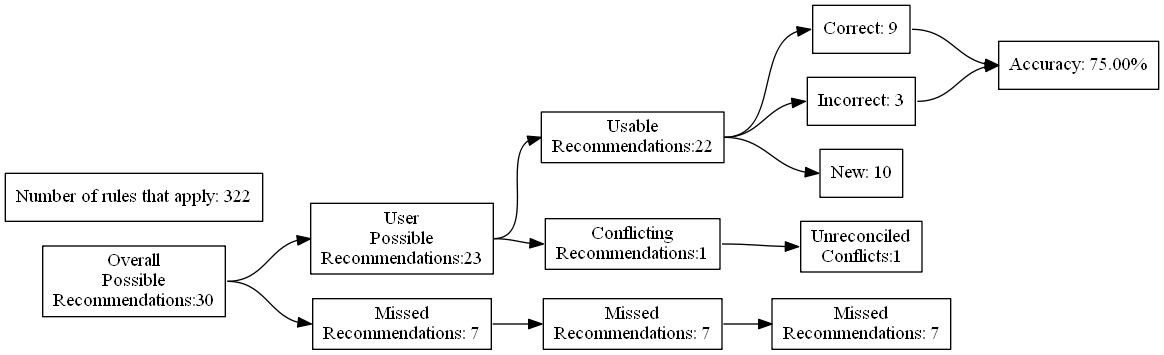
Above: test_renders/12.gv.png in ZaxR/ibd_diet_analysis (Graphviz), before the change. Its source is kept beside it as test_renders/12.gv.
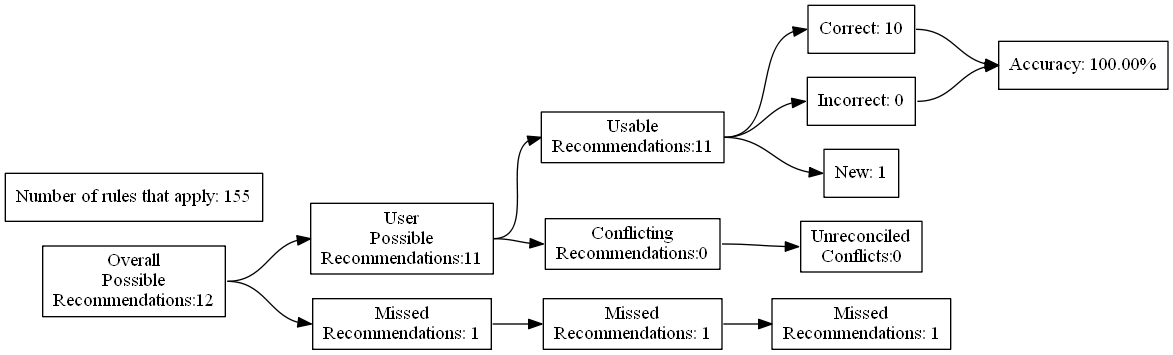
The same file after the commit.

Change to the diagram source:
```diff
@@ -4,27 +4,27 @@
 	edge [headport=w tailport=e]
 		A [label="Overall
 Possible
-Recommendations:30"]
+Recommendations:12"]
 		B [label="User
 Possible
-Recommendations:23"]
+Recommendations:11"]
 		C [label="Missed
-Recommendations: 7"]
+Recommendations: 1"]
 		D [label="Usable
-Recommendations:22"]
+Recommendations:11"]
 		E [label="Conflicting
-Recommendations:1"]
+Recommendations:0"]
 		J [label="Missed
-Recommendations: 7"]
+Recommendations: 1"]
 		M [label="Unreconciled
-Conflicts:1"]
-		F [label="Correct: 9"]
-		G [label="Incorrect: 3"]
-		H [label="New: 10"]
+Conflicts:0"]
+		F [label="Correct: 10"]
+		G [label="Incorrect: 0"]
+		H [label="New: 1"]
 		K [label="Missed
-Recommendations: 7"]
-		I [label="Accuracy: 75.00%"]
-		l [label="Number of rules that apply: 322"]
+Recommendations: 1"]
+		I [label="Accuracy: 100.00%"]
+		l [label="Number of rules that apply: 155"]
 			A -> B
 			A -> C
 			B -> D
```
